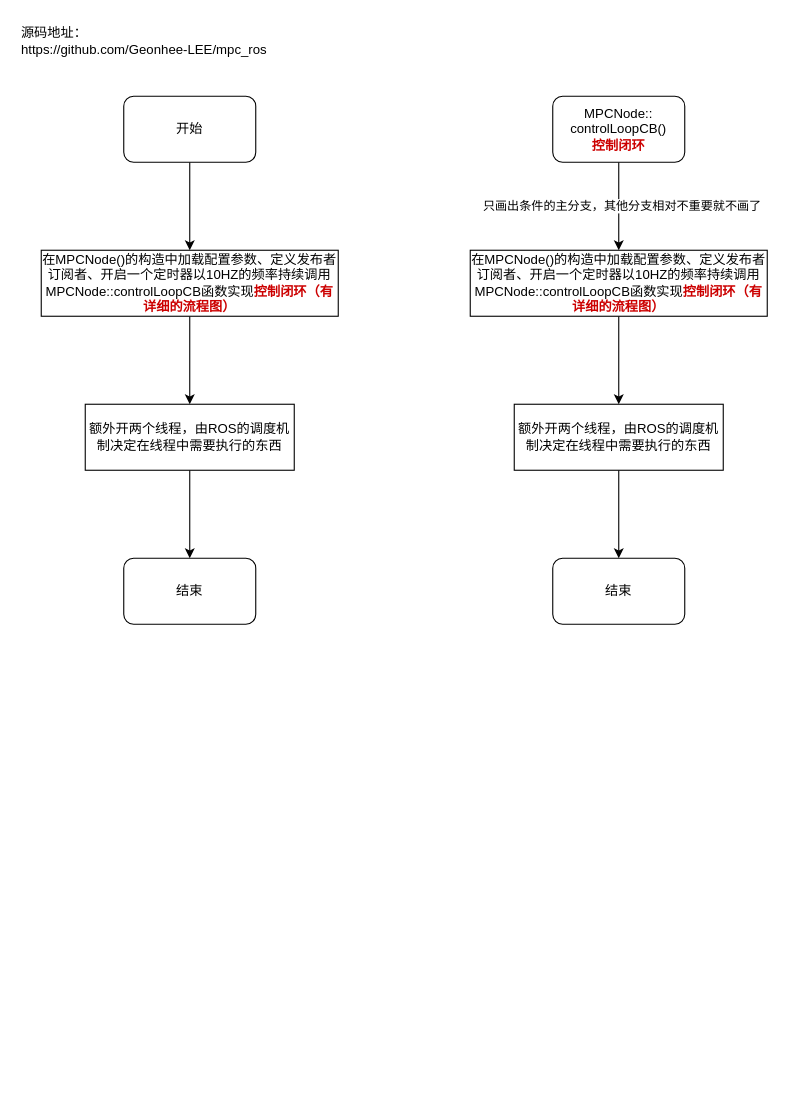
Earlier version of the draw.io diagram NMPC流程图.drawio (wencheng0228/iodraw-files). Source tidied: cells renumbered, new cells numbered last; positions are measured from the earlier drawing's top-left corner, leaving out a move shared by most shapes. Both pictures are drawn from the tidied source at 110%, with x=0, y=0 at pixel (19, 19).
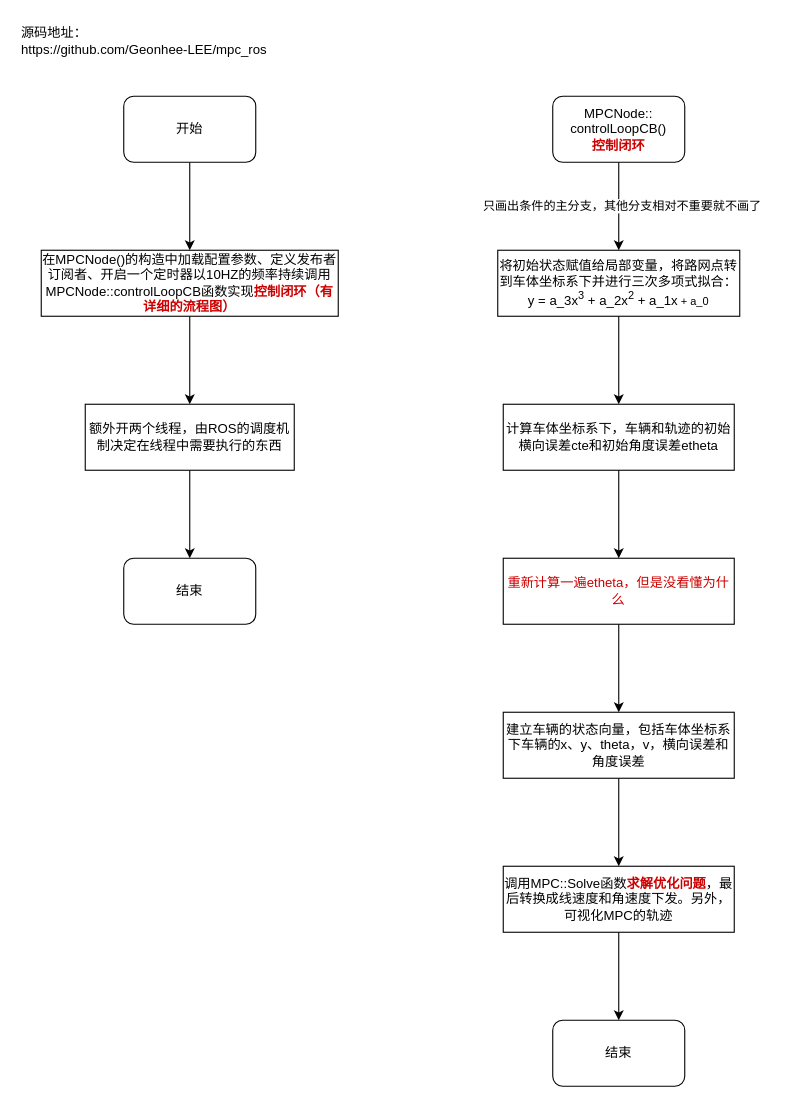
The same page after the edit.

Commit message:
更新NMPC流程图.drawio

The edit, as a diff of the source:
```diff
@@
-    <mxCell id="14" value="在MPCNode()的构造中加载配置参数、定义发布者订阅者、开启一个定时器以10HZ的频率持续调用MPCNode::controlLoopCB函数实现&lt;b&gt;&lt;font color=&quot;#cc0000&quot;&gt;控制闭环（有详细的流程图）&lt;/font&gt;&lt;/b&gt;" style="whiteSpace=wrap;html=1;rounded=0;" parent="1" vertex="1">
-      <mxGeometry x="410" y="210" width="270" height="60" as="geometry" />
+    <mxCell id="14" value="将初始状态赋值给局部变量，将路网点转到车体坐标系下并进行三次多项式拟合：&lt;div&gt;y = a_3x&lt;sup&gt;3&lt;/sup&gt; +&amp;nbsp;&lt;span style=&quot;background-color: initial;&quot;&gt;a_2x&lt;/span&gt;&lt;sup style=&quot;background-color: initial;&quot;&gt;2&lt;/sup&gt;&lt;span style=&quot;background-color: initial;&quot;&gt;&amp;nbsp;&lt;/span&gt;&lt;span style=&quot;background-color: initial;&quot;&gt;+&amp;nbsp;&lt;/span&gt;&lt;span style=&quot;background-color: initial;&quot;&gt;a_1x&lt;span style=&quot;font-size: 10px;&quot;&gt;&amp;nbsp;+ a_0&lt;/span&gt;&lt;/span&gt;&lt;/div&gt;" style="whiteSpace=wrap;html=1;rounded=0;" parent="1" vertex="1">
+      <mxGeometry x="435" y="210" width="220" height="60" as="geometry" />
     </mxCell>
-    <mxCell id="15" style="edgeStyle=orthogonalEdgeStyle;rounded=0;jettySize=auto;html=1;" parent="1" edge="1" source="16" target="17">
-      <mxGeometry relative="1" as="geometry" />
-    </mxCell>
+    <mxCell id="18" style="edgeStyle=orthogonalEdgeStyle;rounded=0;jettySize=auto;html=1;" parent="1" edge="1" source="16" target="20">
+      <mxGeometry relative="1" as="geometry" />
+    </mxCell>
-    <mxCell id="16" value="额外开两个线程，由ROS的调度机制决定在线程中需要执行的东西" style="whiteSpace=wrap;html=1;rounded=0;" parent="1" vertex="1">
-      <mxGeometry x="450" y="350" width="190" height="60" as="geometry" />
+    <mxCell id="16" value="计算车体坐标系下，车辆和轨迹的初始横向误差cte和初始角度误差etheta" style="whiteSpace=wrap;html=1;rounded=0;" parent="1" vertex="1">
+      <mxGeometry x="440" y="350" width="210" height="60" as="geometry" />
     </mxCell>
+    <mxCell id="19" style="edgeStyle=orthogonalEdgeStyle;rounded=0;jettySize=auto;html=1;" parent="1" edge="1" source="20" target="22">
+      <mxGeometry relative="1" as="geometry" />
+    </mxCell>
+    <mxCell id="20" value="&lt;font color=&quot;#cc0000&quot;&gt;重新计算一遍etheta，但是没看懂为什么&lt;/font&gt;" style="whiteSpace=wrap;html=1;rounded=0;" parent="1" vertex="1">
+      <mxGeometry x="440" y="490" width="210" height="60" as="geometry" />
+    </mxCell>
+    <mxCell id="21" style="edgeStyle=orthogonalEdgeStyle;rounded=0;jettySize=auto;html=1;" parent="1" edge="1" source="22" target="24">
+      <mxGeometry relative="1" as="geometry" />
+    </mxCell>
+    <mxCell id="22" value="建立车辆的状态向量，包括车体坐标系下车辆的x、y、theta，v，横向误差和角度误差" style="whiteSpace=wrap;html=1;rounded=0;" parent="1" vertex="1">
+      <mxGeometry x="440" y="630" width="210" height="60" as="geometry" />
+    </mxCell>
+    <mxCell id="23" style="edgeStyle=orthogonalEdgeStyle;rounded=0;jettySize=auto;html=1;" parent="1" edge="1" source="24" target="17">
+      <mxGeometry relative="1" as="geometry" />
+    </mxCell>
+    <mxCell id="24" value="调用MPC::Solve函数&lt;b&gt;&lt;font color=&quot;#cc0000&quot;&gt;求解优化问题&lt;/font&gt;&lt;/b&gt;，最后转换成线速度和角速度下发。另外，可视化MPC的轨迹" style="whiteSpace=wrap;html=1;rounded=0;" parent="1" vertex="1">
+      <mxGeometry x="440" y="770" width="210" height="60" as="geometry" />
+    </mxCell>
     <mxCell id="17" value="结束" style="whiteSpace=wrap;html=1;rounded=1;" parent="1" vertex="1">
-      <mxGeometry x="485" y="490" width="120" height="60" as="geometry" />
+      <mxGeometry x="485" y="910" width="120" height="60" as="geometry" />
     </mxCell>
```
